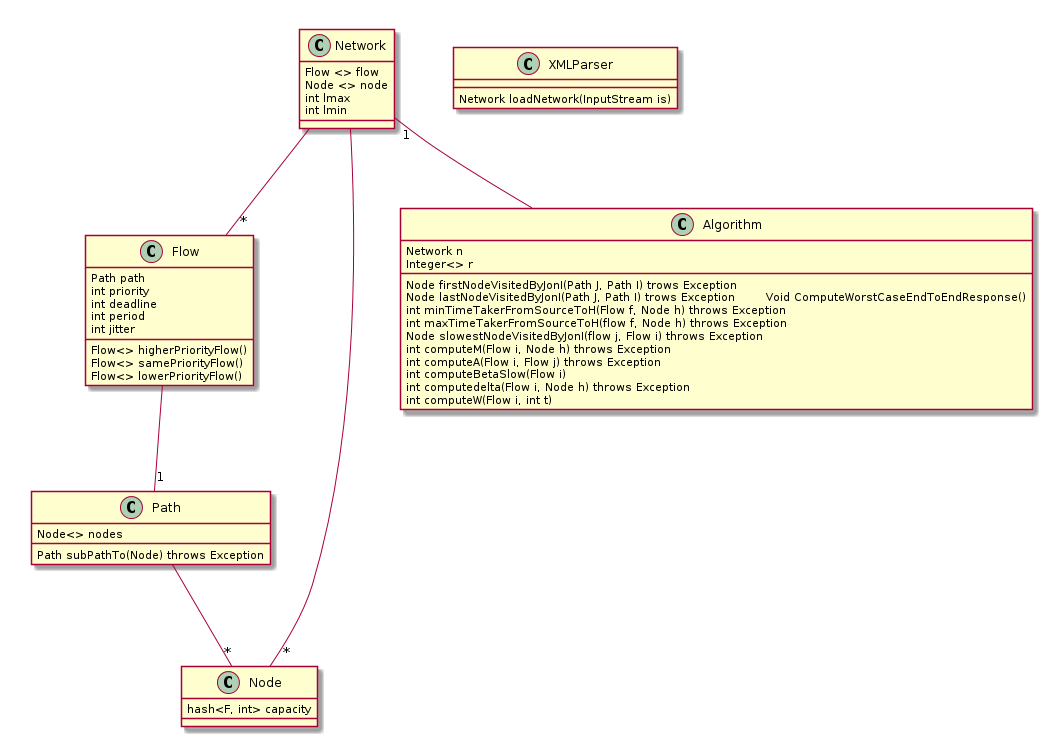
Above: Rendu3/ClassDiagram.png in LucasChezToi/ISE (PlantUML), before the change.
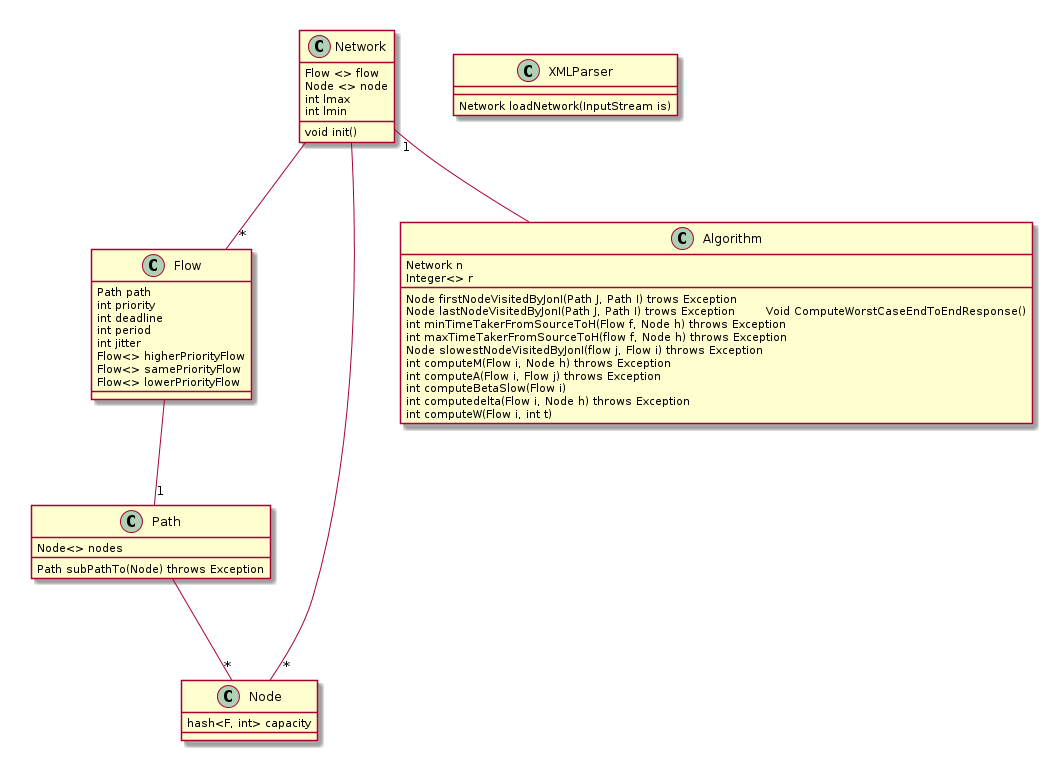
The same diagram one commit later.

The edit, as a diff of the source:
```diff
@@ -4,6 +4,7 @@
     Node <> node
     int lmax
     int lmin
+    void init()
 }
 
 class Flow{
@@ -12,9 +13,9 @@
     int deadline
     int period
     int jitter
-    Flow<> higherPriorityFlow()
-    Flow<> samePriorityFlow()
-    Flow<> lowerPriorityFlow()
+    Flow<> higherPriorityFlow
+    Flow<> samePriorityFlow
+    Flow<> lowerPriorityFlow
 }
 
 class Path{
```
